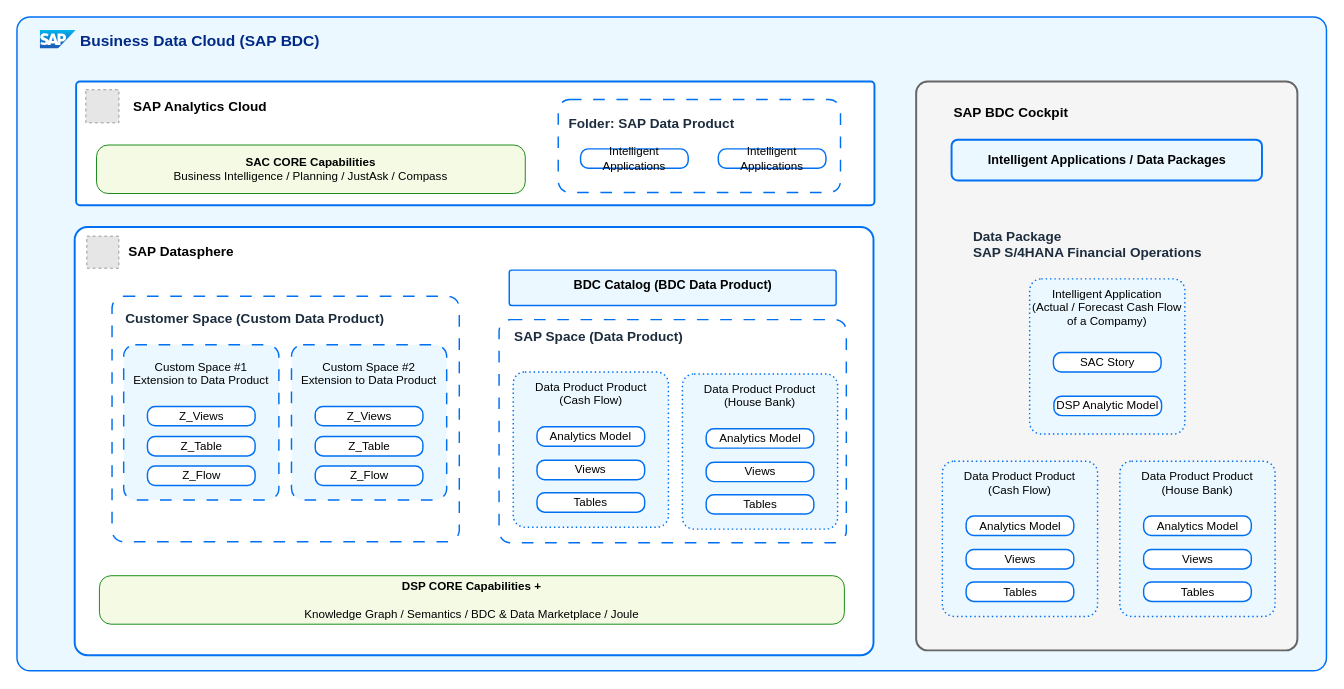
Before: page "Page-2" (2 of 2) of docs/ref-arch/RA0013/1-data-products-in-sap-business-data-cloud/drawio/bdc-dataproduct1.drawio in SAP/architecture-center, a draw.io diagram. Source tidied: cells renumbered, new cells numbered last; positions are measured from the earlier drawing's top-left corner, leaving out a move shared by most shapes. Both pictures are drawn from the tidied source at 97%, with x=0, y=0 at pixel (16, 16). Pictures stored in the file or linked from it are replaced by grey dashed boxes.
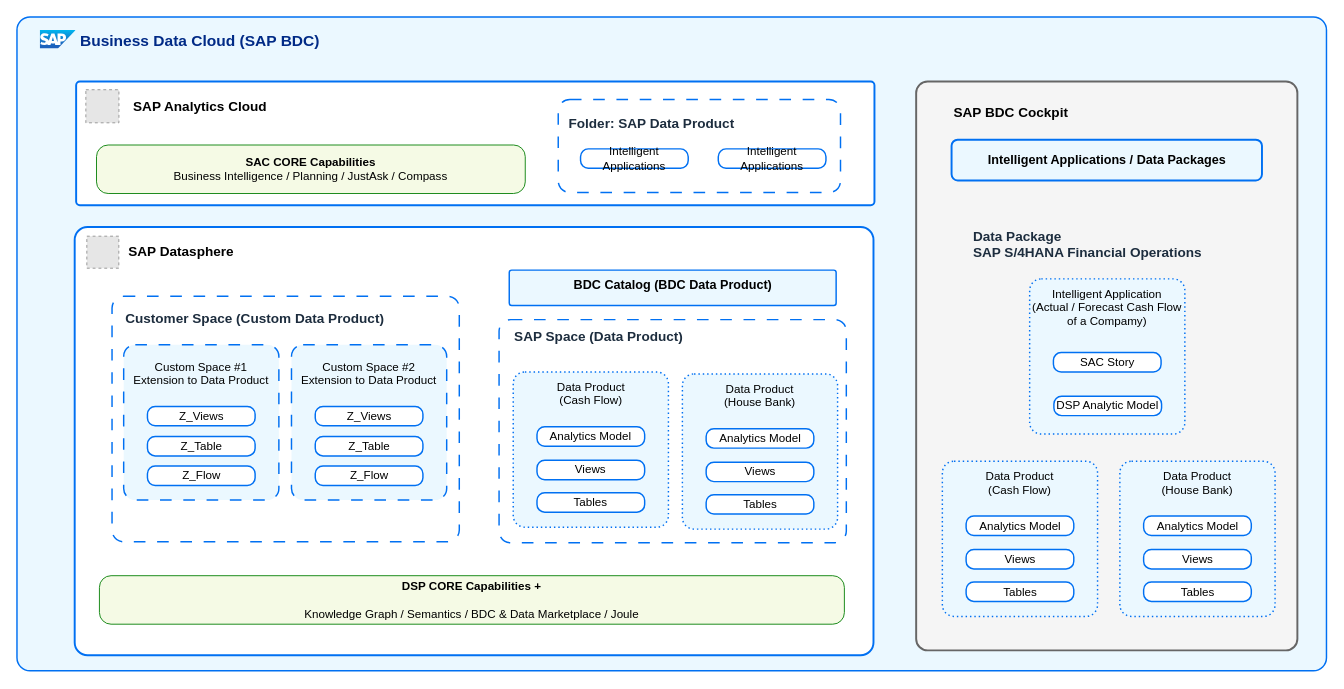
The same diagram, later.

Commit message:
docs: fix duplicated 'Data Product Product' label in BDC diagram (#1195)

Four diagram cells in bdc-dataproduct1.drawio read 'Data Product Product';
the intended label is 'Data Product'.

The change refers to these unchanged cells:
```xml
<mxCell id="20" style="group;strokeColor=none;" parent="1" vertex="1">
  <mxGeometry x="954" y="458" width="160" height="160" as="geometry" />
</mxCell>
<mxCell id="26" style="group;strokeColor=none;" parent="1" vertex="1">
  <mxGeometry x="1137" y="458" width="160" height="160" as="geometry" />
</mxCell>
<mxCell id="45" style="group;strokeColor=none;" parent="44" vertex="1">
  <mxGeometry x="2.6" y="51" width="160" height="160" as="geometry" />
</mxCell>
<mxCell id="50" style="group;strokeColor=none;" parent="44" vertex="1">
  <mxGeometry x="177" y="53" width="160" height="160" as="geometry" />
</mxCell>
```

Change to the diagram source:
```diff
@@
-    <mxCell id="21" value="Data Product Product&lt;div&gt;(Cash Flow)&lt;br&gt;&lt;div&gt;&lt;br&gt;&lt;/div&gt;&lt;div&gt;&lt;br&gt;&lt;/div&gt;&lt;div&gt;&lt;br&gt;&lt;/div&gt;&lt;div&gt;&lt;br&gt;&lt;/div&gt;&lt;div&gt;&lt;br&gt;&lt;/div&gt;&lt;div&gt;&lt;br&gt;&lt;/div&gt;&lt;div&gt;&lt;br&gt;&lt;/div&gt;&lt;div&gt;&lt;br&gt;&lt;/div&gt;&lt;/div&gt;" style="rounded=1;whiteSpace=wrap;html=1;strokeColor=#0070F2;fillColor=#EBF8FF;arcSize=24;absoluteArcSize=1;imageWidth=64;imageHeight=64;strokeWidth=1.5;dashed=1;dashPattern=1 2;" parent="20" vertex="1">
+    <mxCell id="21" value="Data Product&lt;div&gt;(Cash Flow)&lt;br&gt;&lt;div&gt;&lt;br&gt;&lt;/div&gt;&lt;div&gt;&lt;br&gt;&lt;/div&gt;&lt;div&gt;&lt;br&gt;&lt;/div&gt;&lt;div&gt;&lt;br&gt;&lt;/div&gt;&lt;div&gt;&lt;br&gt;&lt;/div&gt;&lt;div&gt;&lt;br&gt;&lt;/div&gt;&lt;div&gt;&lt;br&gt;&lt;/div&gt;&lt;div&gt;&lt;br&gt;&lt;/div&gt;&lt;/div&gt;" style="rounded=1;whiteSpace=wrap;html=1;strokeColor=#0070F2;fillColor=#EBF8FF;arcSize=24;absoluteArcSize=1;imageWidth=64;imageHeight=64;strokeWidth=1.5;dashed=1;dashPattern=1 2;" parent="20" vertex="1">
       <mxGeometry width="160" height="160" as="geometry" />
     </mxCell>
@@
-    <mxCell id="27" value="Data Product Product&lt;div&gt;(House Bank)&lt;br&gt;&lt;div&gt;&lt;br&gt;&lt;/div&gt;&lt;div&gt;&lt;br&gt;&lt;/div&gt;&lt;div&gt;&lt;br&gt;&lt;/div&gt;&lt;div&gt;&lt;br&gt;&lt;/div&gt;&lt;div&gt;&lt;br&gt;&lt;/div&gt;&lt;div&gt;&lt;br&gt;&lt;/div&gt;&lt;div&gt;&lt;br&gt;&lt;/div&gt;&lt;div&gt;&lt;br&gt;&lt;/div&gt;&lt;/div&gt;" style="rounded=1;whiteSpace=wrap;html=1;strokeColor=#0070F2;fillColor=#EBF8FF;arcSize=24;absoluteArcSize=1;imageWidth=64;imageHeight=64;strokeWidth=1.5;dashed=1;dashPattern=1 2;" parent="26" vertex="1">
+    <mxCell id="27" value="Data Product&lt;div&gt;(House Bank)&lt;br&gt;&lt;div&gt;&lt;br&gt;&lt;/div&gt;&lt;div&gt;&lt;br&gt;&lt;/div&gt;&lt;div&gt;&lt;br&gt;&lt;/div&gt;&lt;div&gt;&lt;br&gt;&lt;/div&gt;&lt;div&gt;&lt;br&gt;&lt;/div&gt;&lt;div&gt;&lt;br&gt;&lt;/div&gt;&lt;div&gt;&lt;br&gt;&lt;/div&gt;&lt;div&gt;&lt;br&gt;&lt;/div&gt;&lt;/div&gt;" style="rounded=1;whiteSpace=wrap;html=1;strokeColor=#0070F2;fillColor=#EBF8FF;arcSize=24;absoluteArcSize=1;imageWidth=64;imageHeight=64;strokeWidth=1.5;dashed=1;dashPattern=1 2;" parent="26" vertex="1">
       <mxGeometry width="160" height="160" as="geometry" />
     </mxCell>
@@
-    <mxCell id="46" value="Data Product Product&lt;div&gt;(Cash Flow)&lt;br&gt;&lt;div&gt;&lt;br&gt;&lt;/div&gt;&lt;div&gt;&lt;br&gt;&lt;/div&gt;&lt;div&gt;&lt;br&gt;&lt;/div&gt;&lt;div&gt;&lt;br&gt;&lt;/div&gt;&lt;div&gt;&lt;br&gt;&lt;/div&gt;&lt;div&gt;&lt;br&gt;&lt;/div&gt;&lt;div&gt;&lt;br&gt;&lt;/div&gt;&lt;div&gt;&lt;br&gt;&lt;/div&gt;&lt;/div&gt;" style="rounded=1;whiteSpace=wrap;html=1;strokeColor=#0070F2;fillColor=#EBF8FF;arcSize=24;absoluteArcSize=1;imageWidth=64;imageHeight=64;strokeWidth=1.5;dashed=1;dashPattern=1 2;" parent="45" vertex="1">
+    <mxCell id="46" value="Data Product&lt;div&gt;(Cash Flow)&lt;br&gt;&lt;div&gt;&lt;br&gt;&lt;/div&gt;&lt;div&gt;&lt;br&gt;&lt;/div&gt;&lt;div&gt;&lt;br&gt;&lt;/div&gt;&lt;div&gt;&lt;br&gt;&lt;/div&gt;&lt;div&gt;&lt;br&gt;&lt;/div&gt;&lt;div&gt;&lt;br&gt;&lt;/div&gt;&lt;div&gt;&lt;br&gt;&lt;/div&gt;&lt;div&gt;&lt;br&gt;&lt;/div&gt;&lt;/div&gt;" style="rounded=1;whiteSpace=wrap;html=1;strokeColor=#0070F2;fillColor=#EBF8FF;arcSize=24;absoluteArcSize=1;imageWidth=64;imageHeight=64;strokeWidth=1.5;dashed=1;dashPattern=1 2;" parent="45" vertex="1">
       <mxGeometry width="160" height="160" as="geometry" />
     </mxCell>
@@
-    <mxCell id="51" value="Data Product Product&lt;div&gt;(House Bank)&lt;br&gt;&lt;div&gt;&lt;br&gt;&lt;/div&gt;&lt;div&gt;&lt;br&gt;&lt;/div&gt;&lt;div&gt;&lt;br&gt;&lt;/div&gt;&lt;div&gt;&lt;br&gt;&lt;/div&gt;&lt;div&gt;&lt;br&gt;&lt;/div&gt;&lt;div&gt;&lt;br&gt;&lt;/div&gt;&lt;div&gt;&lt;br&gt;&lt;/div&gt;&lt;div&gt;&lt;br&gt;&lt;/div&gt;&lt;/div&gt;" style="rounded=1;whiteSpace=wrap;html=1;strokeColor=#0070F2;fillColor=#EBF8FF;arcSize=24;absoluteArcSize=1;imageWidth=64;imageHeight=64;strokeWidth=1.5;dashed=1;dashPattern=1 2;" parent="50" vertex="1">
+    <mxCell id="51" value="Data Product&lt;div&gt;(House Bank)&lt;br&gt;&lt;div&gt;&lt;br&gt;&lt;/div&gt;&lt;div&gt;&lt;br&gt;&lt;/div&gt;&lt;div&gt;&lt;br&gt;&lt;/div&gt;&lt;div&gt;&lt;br&gt;&lt;/div&gt;&lt;div&gt;&lt;br&gt;&lt;/div&gt;&lt;div&gt;&lt;br&gt;&lt;/div&gt;&lt;div&gt;&lt;br&gt;&lt;/div&gt;&lt;div&gt;&lt;br&gt;&lt;/div&gt;&lt;/div&gt;" style="rounded=1;whiteSpace=wrap;html=1;strokeColor=#0070F2;fillColor=#EBF8FF;arcSize=24;absoluteArcSize=1;imageWidth=64;imageHeight=64;strokeWidth=1.5;dashed=1;dashPattern=1 2;" parent="50" vertex="1">
       <mxGeometry width="160" height="160" as="geometry" />
     </mxCell>
```
